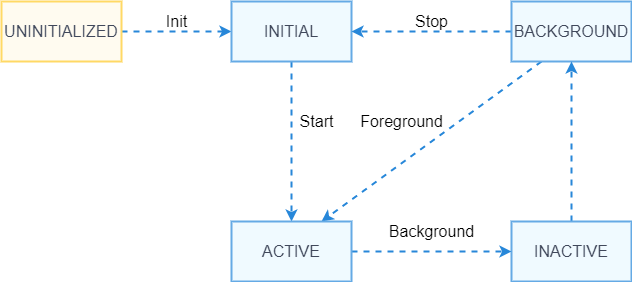
Earlier version of the draw.io export zh-cn/application-dev/ability/figures/page-ability-lifecycle.png (openharmony/docs). Source tidied: cells renumbered, new cells last; positions are measured from the earlier drawing's top-left corner, leaving out a move shared by most shapes.
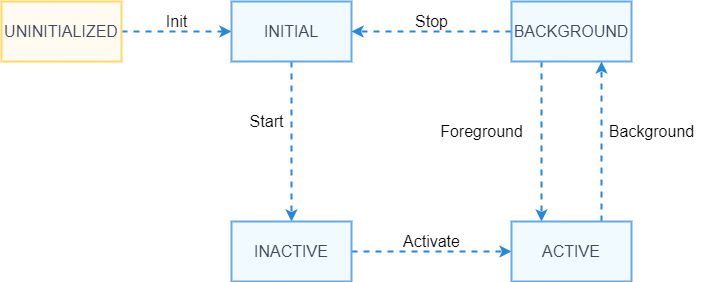
The same file after the commit.

The edit, as a diff of the source:
```diff
@@ -8,7 +8,7 @@
     <mxCell id="3" value="&lt;span style=&quot;box-sizing: border-box; color: rgb(64, 72, 91); font-size: 16px; text-align: left;&quot;&gt;UNINITIALIZED&lt;/span&gt;" style="rounded=0;whiteSpace=wrap;html=1;fillColor=#FFFBF0;strokeColor=#FFD965;strokeWidth=2;labelBackgroundColor=none;fontStyle=0;" parent="1" vertex="1">
       <mxGeometry width="120" height="60" as="geometry" />
     </mxCell>
-    <mxCell id="4" style="edgeStyle=orthogonalEdgeStyle;rounded=0;jettySize=auto;html=1;exitX=0.5;exitY=1;exitDx=0;exitDy=0;fontColor=none;strokeColor=#2787D9;strokeWidth=2;dashed=1;fontStyle=0;entryX=0.5;entryY=0;entryDx=0;entryDy=0;" parent="1" edge="1" source="5" target="12">
+    <mxCell id="4" style="edgeStyle=orthogonalEdgeStyle;rounded=0;jettySize=auto;html=1;exitX=0.5;exitY=1;exitDx=0;exitDy=0;entryX=0.5;entryY=0;entryDx=0;entryDy=0;fontColor=none;strokeColor=#2787D9;strokeWidth=2;dashed=1;fontStyle=0;" parent="1" edge="1" source="5" target="10">
       <mxGeometry relative="1" as="geometry" />
     </mxCell>
     <mxCell id="5" value="&lt;span style=&quot;box-sizing: border-box; color: rgb(64, 72, 91); font-size: 16px; text-align: left;&quot;&gt;INITIAL&lt;/span&gt;" style="rounded=0;whiteSpace=wrap;html=1;labelBackgroundColor=none;fillColor=#F0FAFF;strokeColor=#65AAE5;strokeWidth=2;fontStyle=0;" parent="1" vertex="1">
@@ -17,24 +17,27 @@
     <mxCell id="6" style="edgeStyle=orthogonalEdgeStyle;rounded=0;jettySize=auto;html=1;exitX=0;exitY=0.5;exitDx=0;exitDy=0;entryX=1;entryY=0.5;entryDx=0;entryDy=0;fontColor=none;strokeColor=#2787D9;strokeWidth=2;dashed=1;fontStyle=0;" parent="1" edge="1" source="8" target="5">
       <mxGeometry relative="1" as="geometry" />
     </mxCell>
-    <mxCell id="7" style="edgeStyle=none;rounded=0;jettySize=auto;html=1;exitX=0.25;exitY=1;exitDx=0;exitDy=0;entryX=0.75;entryY=0;entryDx=0;entryDy=0;dashed=1;fontSize=16;fontColor=none;strokeColor=#2787D9;strokeWidth=2;" parent="1" edge="1" source="8" target="12">
+    <mxCell id="7" style="rounded=0;jettySize=auto;html=1;exitX=0.25;exitY=1;exitDx=0;exitDy=0;entryX=0.25;entryY=0;entryDx=0;entryDy=0;fontColor=none;strokeColor=#2787D9;strokeWidth=2;dashed=1;fontStyle=0;" parent="1" edge="1" source="8" target="12">
       <mxGeometry relative="1" as="geometry" />
     </mxCell>
     <mxCell id="8" value="&lt;span style=&quot;box-sizing: border-box; color: rgb(64, 72, 91); font-size: 16px; text-align: left;&quot;&gt;BACKGROUND&lt;/span&gt;" style="rounded=0;whiteSpace=wrap;html=1;labelBackgroundColor=none;fillColor=#F0FAFF;strokeColor=#65AAE5;strokeWidth=2;fontStyle=0;" parent="1" vertex="1">
       <mxGeometry x="510" width="120" height="60" as="geometry" />
     </mxCell>
-    <mxCell id="9" style="edgeStyle=none;rounded=0;jettySize=auto;html=1;exitX=0.5;exitY=0;exitDx=0;exitDy=0;dashed=1;fontSize=16;fontColor=none;strokeColor=#2787D9;strokeWidth=2;" parent="1" edge="1" source="10" target="8">
-      <mxGeometry relative="1" as="geometry" />
-    </mxCell>
+    <mxCell id="18" style="edgeStyle=orthogonalEdgeStyle;rounded=0;jettySize=auto;html=1;exitX=1;exitY=0.5;exitDx=0;exitDy=0;entryX=0;entryY=0.5;entryDx=0;entryDy=0;fontColor=none;strokeColor=#2787D9;strokeWidth=2;dashed=1;fontStyle=0;" parent="1" edge="1" source="10" target="12">
+      <mxGeometry relative="1" as="geometry" />
+    </mxCell>
     <mxCell id="10" value="&lt;span style=&quot;box-sizing: border-box; color: rgb(64, 72, 91); font-size: 16px; text-align: left;&quot;&gt;INACTIVE&lt;/span&gt;" style="rounded=0;whiteSpace=wrap;html=1;labelBackgroundColor=none;fillColor=#F0FAFF;strokeColor=#65AAE5;strokeWidth=2;fontStyle=0;" parent="1" vertex="1">
-      <mxGeometry x="510" y="220" width="120" height="60" as="geometry" />
+      <mxGeometry x="230" y="220" width="120" height="60" as="geometry" />
     </mxCell>
-    <mxCell id="11" style="edgeStyle=none;rounded=0;jettySize=auto;html=1;exitX=1;exitY=0.5;exitDx=0;exitDy=0;entryX=0;entryY=0.5;entryDx=0;entryDy=0;dashed=1;fontSize=16;fontColor=none;strokeColor=#2787D9;strokeWidth=2;" parent="1" edge="1" source="12" target="10">
-      <mxGeometry relative="1" as="geometry" />
-    </mxCell>
+    <mxCell id="19" style="edgeStyle=none;rounded=0;jettySize=auto;html=1;exitX=0.75;exitY=0;exitDx=0;exitDy=0;entryX=0.75;entryY=1;entryDx=0;entryDy=0;dashed=1;fontSize=16;fontColor=none;strokeColor=#2787D9;strokeWidth=2;fontStyle=0;" parent="1" edge="1" source="12" target="8">
+      <mxGeometry relative="1" as="geometry" />
+    </mxCell>
     <mxCell id="12" value="&lt;span style=&quot;box-sizing: border-box; color: rgb(64, 72, 91); font-size: 16px; text-align: left;&quot;&gt;ACTIVE&lt;/span&gt;" style="rounded=0;whiteSpace=wrap;html=1;labelBackgroundColor=none;fillColor=#F0FAFF;strokeColor=#65AAE5;strokeWidth=2;fontStyle=0;" parent="1" vertex="1">
-      <mxGeometry x="230" y="220" width="120" height="60" as="geometry" />
+      <mxGeometry x="510" y="220" width="120" height="60" as="geometry" />
     </mxCell>
+    <mxCell id="20" value="Activate" style="text;html=1;align=center;verticalAlign=middle;fillColor=none;strokeColor=none;rounded=0;labelBackgroundColor=none;fontColor=none;fontSize=16;fontStyle=0;" parent="1" vertex="1">
+      <mxGeometry x="395" y="230" width="70" height="20" as="geometry" />
+    </mxCell>
     <mxCell id="13" value="Init" style="text;html=1;align=center;verticalAlign=middle;fillColor=none;strokeColor=none;rounded=0;labelBackgroundColor=none;fontColor=none;fontSize=16;fontStyle=0;" parent="1" vertex="1">
       <mxGeometry x="155" y="10" width="40" height="20" as="geometry" />
     </mxCell>
@@ -42,13 +45,13 @@
       <mxGeometry x="405" y="10" width="50" height="20" as="geometry" />
     </mxCell>
     <mxCell id="15" value="Start" style="text;html=1;align=center;verticalAlign=middle;fillColor=none;strokeColor=none;rounded=0;labelBackgroundColor=none;fontColor=none;fontSize=16;fontStyle=0;" parent="1" vertex="1">
-      <mxGeometry x="290" y="110" width="50" height="20" as="geometry" />
+      <mxGeometry x="240" y="110" width="50" height="20" as="geometry" />
     </mxCell>
     <mxCell id="16" value="Background" style="text;html=1;align=center;verticalAlign=middle;fillColor=none;strokeColor=none;rounded=0;labelBackgroundColor=none;fontColor=none;fontSize=16;fontStyle=0;" parent="1" vertex="1">
-      <mxGeometry x="380" y="220" width="100" height="20" as="geometry" />
+      <mxGeometry x="600" y="120" width="100" height="20" as="geometry" />
     </mxCell>
     <mxCell id="17" value="Foreground" style="text;html=1;align=center;verticalAlign=middle;fillColor=none;strokeColor=none;rounded=0;labelBackgroundColor=none;fontColor=none;fontSize=16;fontStyle=0;" parent="1" vertex="1">
-      <mxGeometry x="350" y="110" width="100" height="20" as="geometry" />
+      <mxGeometry x="430" y="120" width="100" height="20" as="geometry" />
     </mxCell>
   </root>
 </mxGraphModel>
```
